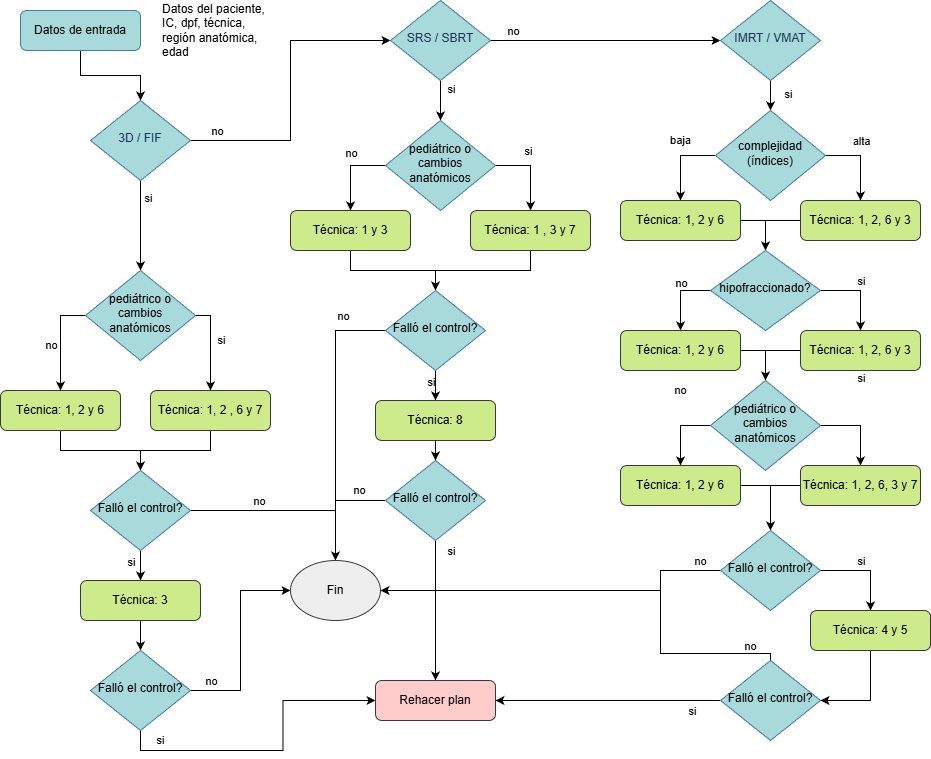
Before: img/Diagrama_árbol.png, a diagram exported from draw.io (MatiasMadrid/Automatismo-de-PSQA). Source tidied: cells renumbered, new cells last; positions are measured from the earlier drawing's top-left corner, leaving out a move shared by most shapes.
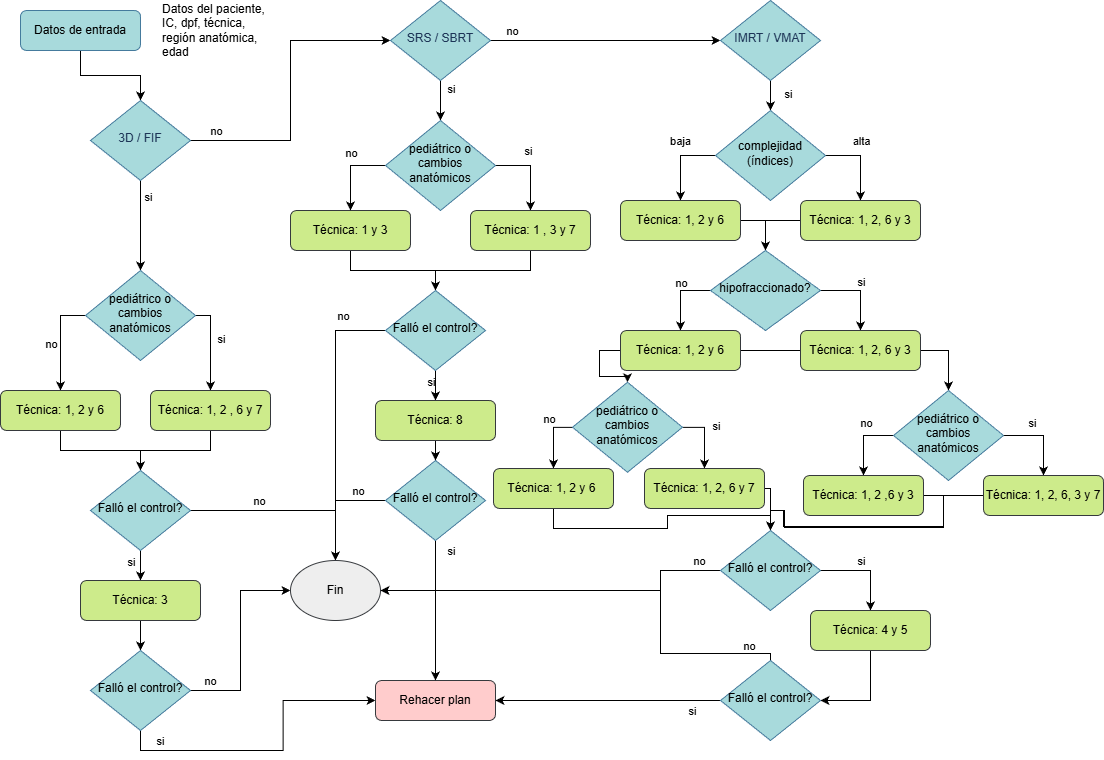
Above is the later version.

Change to the diagram source:
```diff
@@ -272,12 +272,18 @@
     <mxCell id="76" style="edgeStyle=orthogonalEdgeStyle;rounded=0;jettySize=auto;html=1;entryX=0.5;entryY=0;entryDx=0;entryDy=0;exitX=1;exitY=0.5;exitDx=0;exitDy=0;" parent="1" edge="1" source="77" target="84">
       <mxGeometry relative="1" as="geometry" />
     </mxCell>
+    <mxCell id="101" style="edgeStyle=orthogonalEdgeStyle;rounded=0;jettySize=auto;html=1;entryX=0.5;entryY=0;entryDx=0;entryDy=0;" parent="1" edge="1" source="77" target="104">
+      <mxGeometry relative="1" as="geometry">
+        <Array as="points">
+          <mxPoint x="599" y="350" />
+          <mxPoint x="599" y="376" />
+          <mxPoint x="627" y="376" />
+        </Array>
+      </mxGeometry>
+    </mxCell>
     <mxCell id="77" value="Técnica: 1, 2 y 6" style="rounded=1;whiteSpace=wrap;html=1;fontSize=12;glass=0;strokeWidth=1;shadow=0;labelBackgroundColor=none;fillColor=#cdeb8b;strokeColor=#36393d;" parent="1" vertex="1">
       <mxGeometry x="620" y="330" width="120" height="40" as="geometry" />
     </mxCell>
-    <mxCell id="78" style="edgeStyle=orthogonalEdgeStyle;rounded=0;jettySize=auto;html=1;exitX=0;exitY=0.5;exitDx=0;exitDy=0;entryX=0.5;entryY=0;entryDx=0;entryDy=0;" parent="1" edge="1" source="79" target="84">
-      <mxGeometry relative="1" as="geometry" />
-    </mxCell>
     <mxCell id="79" value="Técnica: 1, 2, 6 y 3" style="rounded=1;whiteSpace=wrap;html=1;fontSize=12;glass=0;strokeWidth=1;shadow=0;labelBackgroundColor=none;fillColor=#cdeb8b;strokeColor=#36393d;" parent="1" vertex="1">
       <mxGeometry x="800" y="330" width="120" height="40" as="geometry" />
     </mxCell>
@@ -286,7 +292,7 @@
     </mxCell>
     <mxCell id="81" value="si" style="edgeLabel;html=1;align=center;verticalAlign=middle;" parent="80" vertex="1">
       <mxGeometry x="0.01" relative="1" as="geometry">
-        <mxPoint y="-49" as="offset" />
+        <mxPoint x="-12" y="-13" as="offset" />
       </mxGeometry>
     </mxCell>
     <mxCell id="82" style="edgeStyle=orthogonalEdgeStyle;rounded=0;jettySize=auto;html=1;exitX=0;exitY=0.5;exitDx=0;exitDy=0;entryX=0.5;entryY=0;entryDx=0;entryDy=0;" parent="1" edge="1" source="84" target="86">
@@ -294,23 +300,39 @@
     </mxCell>
     <mxCell id="83" value="no" style="edgeLabel;html=1;align=center;verticalAlign=middle;" parent="82" vertex="1">
       <mxGeometry x="-0.26" y="-1" relative="1" as="geometry">
-        <mxPoint x="-5" y="-35" as="offset" />
+        <mxPoint x="-2" y="-12" as="offset" />
       </mxGeometry>
     </mxCell>
     <mxCell id="84" value="pediátrico o cambios anatómicos" style="rhombus;whiteSpace=wrap;html=1;shadow=0;fontFamily=Helvetica;fontSize=12;align=center;strokeWidth=1;spacing=6;spacingTop=-4;labelBackgroundColor=none;fillColor=#A8DADC;strokeColor=#457B9D;fontColor=#000000;" parent="1" vertex="1">
-      <mxGeometry x="710" y="380" width="110" height="90" as="geometry" />
+      <mxGeometry x="893" y="390" width="110" height="90" as="geometry" />
     </mxCell>
     <mxCell id="85" style="edgeStyle=orthogonalEdgeStyle;rounded=0;jettySize=auto;html=1;exitX=1;exitY=0.5;exitDx=0;exitDy=0;entryX=0.5;entryY=0;entryDx=0;entryDy=0;" parent="1" edge="1" source="86" target="93">
-      <mxGeometry relative="1" as="geometry" />
+      <mxGeometry relative="1" as="geometry">
+        <Array as="points">
+          <mxPoint x="943" y="495" />
+          <mxPoint x="943" y="526" />
+          <mxPoint x="783" y="526" />
+          <mxPoint x="783" y="510" />
+          <mxPoint x="770" y="510" />
+        </Array>
+      </mxGeometry>
     </mxCell>
-    <mxCell id="86" value="Técnica: 1, 2 y 6" style="rounded=1;whiteSpace=wrap;html=1;fontSize=12;glass=0;strokeWidth=1;shadow=0;labelBackgroundColor=none;fillColor=#cdeb8b;strokeColor=#36393d;" parent="1" vertex="1">
-      <mxGeometry x="620" y="465" width="120" height="40" as="geometry" />
+    <mxCell id="86" value="Técnica: 1, 2 ,6 y 3" style="rounded=1;whiteSpace=wrap;html=1;fontSize=12;glass=0;strokeWidth=1;shadow=0;labelBackgroundColor=none;fillColor=#cdeb8b;strokeColor=#36393d;" parent="1" vertex="1">
+      <mxGeometry x="803" y="475" width="120" height="40" as="geometry" />
     </mxCell>
-    <mxCell id="87" style="edgeStyle=orthogonalEdgeStyle;rounded=0;jettySize=auto;html=1;entryX=0.5;entryY=0;entryDx=0;entryDy=0;exitX=0;exitY=0.5;exitDx=0;exitDy=0;" parent="1" edge="1" source="88" target="93">
-      <mxGeometry relative="1" as="geometry" />
+    <mxCell id="87" style="edgeStyle=orthogonalEdgeStyle;rounded=0;jettySize=auto;html=1;entryX=0.5;entryY=0;entryDx=0;entryDy=0;" parent="1" edge="1" source="88" target="93">
+      <mxGeometry relative="1" as="geometry">
+        <Array as="points">
+          <mxPoint x="943" y="495" />
+          <mxPoint x="943" y="527" />
+          <mxPoint x="784" y="527" />
+          <mxPoint x="784" y="510" />
+          <mxPoint x="770" y="510" />
+        </Array>
+      </mxGeometry>
     </mxCell>
     <mxCell id="88" value="Técnica: 1, 2, 6, 3 y 7" style="rounded=1;whiteSpace=wrap;html=1;fontSize=12;glass=0;strokeWidth=1;shadow=0;labelBackgroundColor=none;fillColor=#cdeb8b;strokeColor=#36393d;" parent="1" vertex="1">
-      <mxGeometry x="800" y="465" width="120" height="40" as="geometry" />
+      <mxGeometry x="983" y="475" width="120" height="40" as="geometry" />
     </mxCell>
     <mxCell id="89" style="edgeStyle=orthogonalEdgeStyle;rounded=0;jettySize=auto;html=1;exitX=1;exitY=0.5;exitDx=0;exitDy=0;" parent="1" edge="1" source="93" target="95">
       <mxGeometry relative="1" as="geometry" />
@@ -367,5 +389,53 @@
     <mxCell id="100" value="Falló el control?" style="rhombus;whiteSpace=wrap;html=1;shadow=0;fontFamily=Helvetica;fontSize=12;align=center;strokeWidth=1;spacing=6;spacingTop=-4;labelBackgroundColor=none;fillColor=#A8DADC;strokeColor=#457B9D;fontColor=#000000;" parent="1" vertex="1">
       <mxGeometry x="720" y="660" width="100" height="80" as="geometry" />
     </mxCell>
+    <mxCell id="102" style="edgeStyle=orthogonalEdgeStyle;rounded=0;jettySize=auto;html=1;entryX=0.5;entryY=0;entryDx=0;entryDy=0;" parent="1" edge="1" source="104" target="106">
+      <mxGeometry relative="1" as="geometry">
+        <Array as="points">
+          <mxPoint x="553" y="427" />
+        </Array>
+      </mxGeometry>
+    </mxCell>
+    <mxCell id="103" style="edgeStyle=orthogonalEdgeStyle;rounded=0;jettySize=auto;html=1;entryX=0.5;entryY=0;entryDx=0;entryDy=0;" parent="1" edge="1" source="104" target="108">
+      <mxGeometry relative="1" as="geometry">
+        <Array as="points">
+          <mxPoint x="704" y="427" />
+        </Array>
+      </mxGeometry>
+    </mxCell>
+    <mxCell id="104" value="pediátrico o cambios anatómicos" style="rhombus;whiteSpace=wrap;html=1;shadow=0;fontFamily=Helvetica;fontSize=12;align=center;strokeWidth=1;spacing=6;spacingTop=-4;labelBackgroundColor=none;fillColor=#A8DADC;strokeColor=#457B9D;fontColor=#000000;" parent="1" vertex="1">
+      <mxGeometry x="572" y="381.8" width="110" height="90" as="geometry" />
+    </mxCell>
+    <mxCell id="105" style="edgeStyle=orthogonalEdgeStyle;rounded=0;jettySize=auto;html=1;exitX=0.5;exitY=1;exitDx=0;exitDy=0;entryX=0.5;entryY=0;entryDx=0;entryDy=0;" parent="1" edge="1" source="106" target="93">
+      <mxGeometry relative="1" as="geometry">
+        <Array as="points">
+          <mxPoint x="553" y="528" />
+          <mxPoint x="667" y="528" />
+          <mxPoint x="667" y="515" />
+          <mxPoint x="770" y="515" />
+        </Array>
+      </mxGeometry>
+    </mxCell>
+    <mxCell id="106" value="Técnica: 1, 2 y 6&amp;nbsp;" style="rounded=1;whiteSpace=wrap;html=1;fontSize=12;glass=0;strokeWidth=1;shadow=0;labelBackgroundColor=none;fillColor=#cdeb8b;strokeColor=#36393d;" parent="1" vertex="1">
+      <mxGeometry x="493" y="468" width="120" height="40" as="geometry" />
+    </mxCell>
+    <mxCell id="107" style="edgeStyle=orthogonalEdgeStyle;rounded=0;jettySize=auto;html=1;exitX=1;exitY=0.5;exitDx=0;exitDy=0;entryX=0.5;entryY=0;entryDx=0;entryDy=0;" parent="1" edge="1" source="108" target="93">
+      <mxGeometry relative="1" as="geometry">
+        <Array as="points">
+          <mxPoint x="770" y="488" />
+        </Array>
+      </mxGeometry>
+    </mxCell>
+    <mxCell id="108" value="Técnica: 1, 2, 6 y 7" style="rounded=1;whiteSpace=wrap;html=1;fontSize=12;glass=0;strokeWidth=1;shadow=0;labelBackgroundColor=none;fillColor=#cdeb8b;strokeColor=#36393d;" parent="1" vertex="1">
+      <mxGeometry x="644" y="468" width="120" height="40" as="geometry" />
+    </mxCell>
+    <mxCell id="109" value="no" style="edgeLabel;html=1;align=center;verticalAlign=middle;" parent="1" vertex="1">
+      <mxGeometry x="532" y="409" as="geometry">
+        <mxPoint x="16" y="9" as="offset" />
+      </mxGeometry>
+    </mxCell>
+    <mxCell id="110" value="si" style="edgeLabel;html=1;align=center;verticalAlign=middle;" parent="1" vertex="1">
+      <mxGeometry x="715" y="425" as="geometry" />
+    </mxCell>
   </root>
 </mxGraphModel>
```
